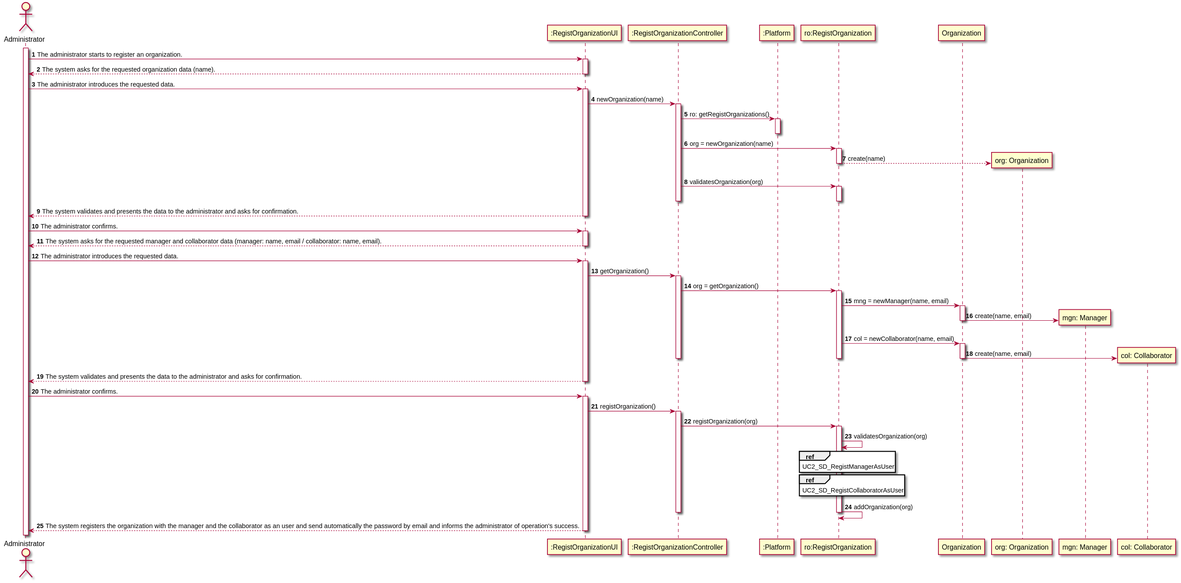
Earlier version of the PlantUML export LAPR2-2020-G010-Application/docs/usecases/UC2/UC2_SD.svg (LourencoMelo/ISEP-LAPR2). The source it was exported from:
```plantuml
@startuml
autonumber

actor "Administrator" as admin
participant ":RegistOrganizationUI" as ui
participant ":RegistOrganizationController" as controller
participant ":Platform" as plat
participant "ro:RegistOrganization" as regorg
participant "Organization" as organization
participant "org: Organization" as org
participant "mgn: Manager" as mng
participant "col: Collaborator" as col

activate admin
admin -> ui : The administrator starts to register an organization.
activate ui
admin <-- ui : The system asks for the requested organization data (name).
deactivate ui
admin -> ui : The administrator introduces the requested data.
activate ui
ui -> controller : newOrganization(name)
activate controller
controller -> plat : ro: getRegistOrganizations()
activate plat
deactivate plat
controller -> regorg : org = newOrganization(name)
activate regorg
regorg --> org ** : create(name)
deactivate regorg
controller -> regorg : validatesOrganization(org)
activate regorg
deactivate regorg
deactivate controller
admin <-- ui : The system validates and presents the data to the administrator and asks for confirmation.
deactivate ui

admin -> ui : The administrator confirms.
activate ui
admin <-- ui : The system asks for the requested manager and collaborator data (manager: name, email / collaborator: name, email).
deactivate ui
admin -> ui : The administrator introduces the requested data.
activate ui

ui -> controller : getOrganization()
activate controller
controller -> regorg : org = getOrganization()
activate regorg
regorg -> organization :  mng = newManager(name, email)
activate organization
organization -> mng ** : create(name, email)
deactivate organization

regorg -> organization : col = newCollaborator(name, email)
activate organization
organization -> col ** : create(name, email)
deactivate organization
deactivate regorg
deactivate controller
admin <-- ui : The system validates and presents the data to the administrator and asks for confirmation.
deactivate ui

admin -> ui : The administrator confirms.
activate ui
ui -> controller : registOrganization()
activate controller
controller -> regorg : registOrganization(org)
activate regorg
regorg -> regorg : validatesOrganization(org)
ref over regorg : UC2_SD_RegistManagerAsUser
ref over regorg : UC2_SD_RegistCollaboratorAsUser
regorg -> regorg : addOrganization(org)
deactivate regorg
deactivate controller
admin <-- ui : The system registers the organization with the manager and the collaborator as an user and send automatically the password by email and informs the administrator of operation's success.
deactivate ui

@enduml
```
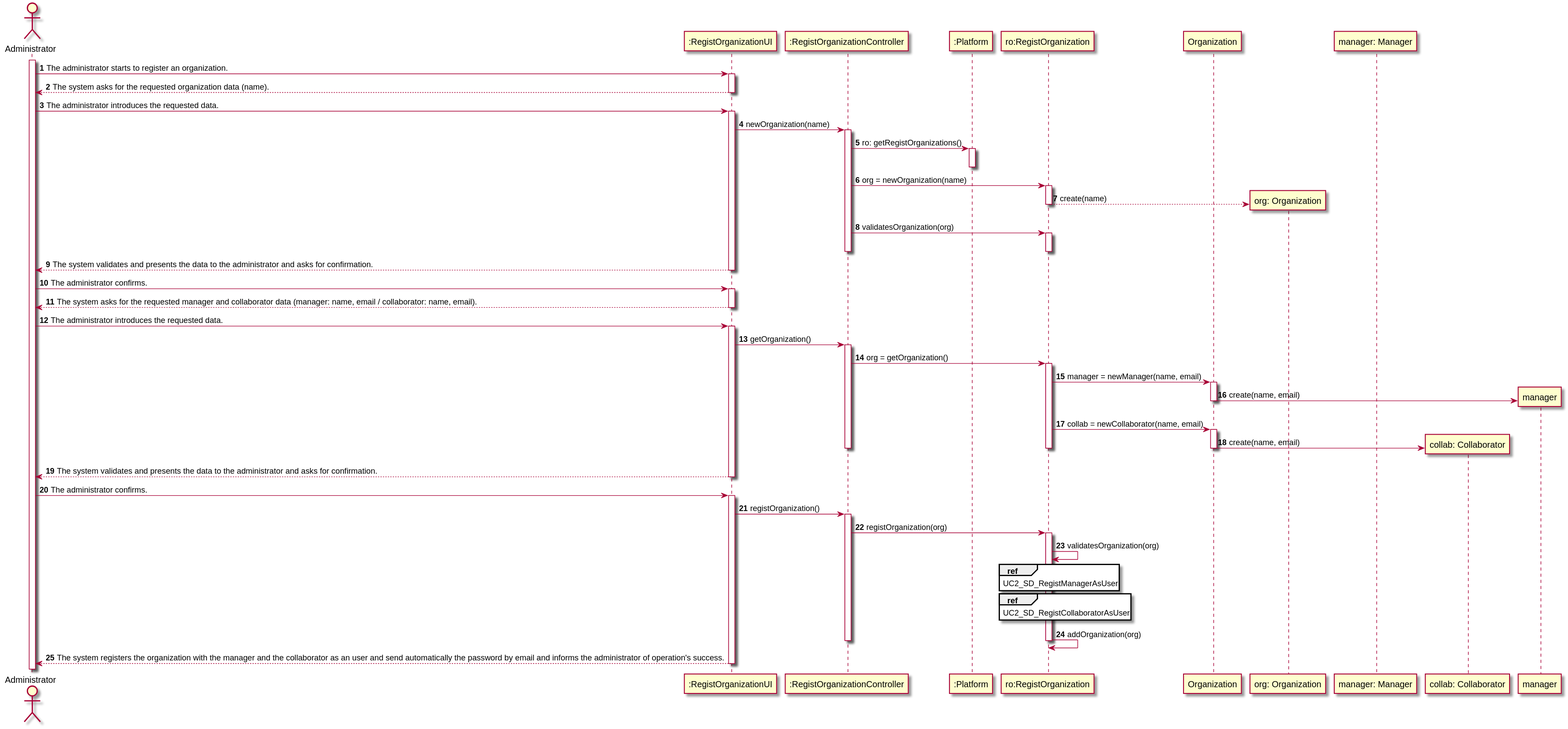
The same diagram one commit later.

What changed in the source:
```diff
@@ -8,8 +8,8 @@
 participant "ro:RegistOrganization" as regorg
 participant "Organization" as organization
 participant "org: Organization" as org
-participant "mgn: Manager" as mng
-participant "col: Collaborator" as col
+participant "manager: Manager" as mng
+participant "collab: Collaborator" as col
 
 activate admin
 admin -> ui : The administrator starts to register an organization.
@@ -45,12 +45,12 @@
 activate controller
 controller -> regorg : org = getOrganization()
 activate regorg
-regorg -> organization :  mng = newManager(name, email)
+regorg -> organization :  manager = newManager(name, email)
 activate organization
-organization -> mng ** : create(name, email)
+organization -> manager ** : create(name, email)
 deactivate organization
 
-regorg -> organization : col = newCollaborator(name, email)
+regorg -> organization : collab = newCollaborator(name, email)
 activate organization
 organization -> col ** : create(name, email)
 deactivate organization
```
